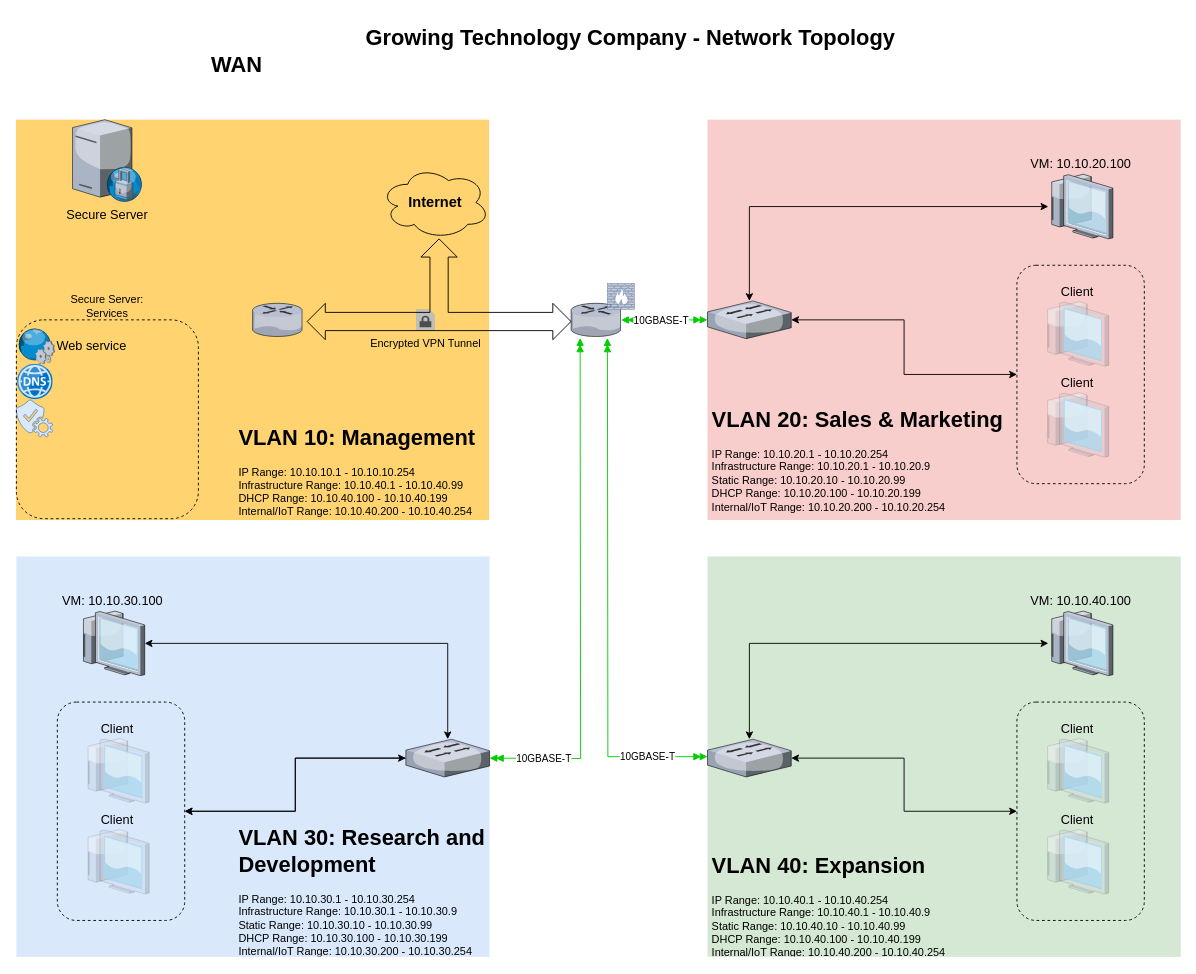
Earlier version of the draw.io diagram initial.drawio (JingLbyte/documentation). Source tidied: cells renumbered, new cells numbered last; positions are measured from the earlier drawing's top-left corner, leaving out a move shared by most shapes. Both pictures are drawn from the tidied source at 91%, with x=0, y=0 at pixel (15, 28).
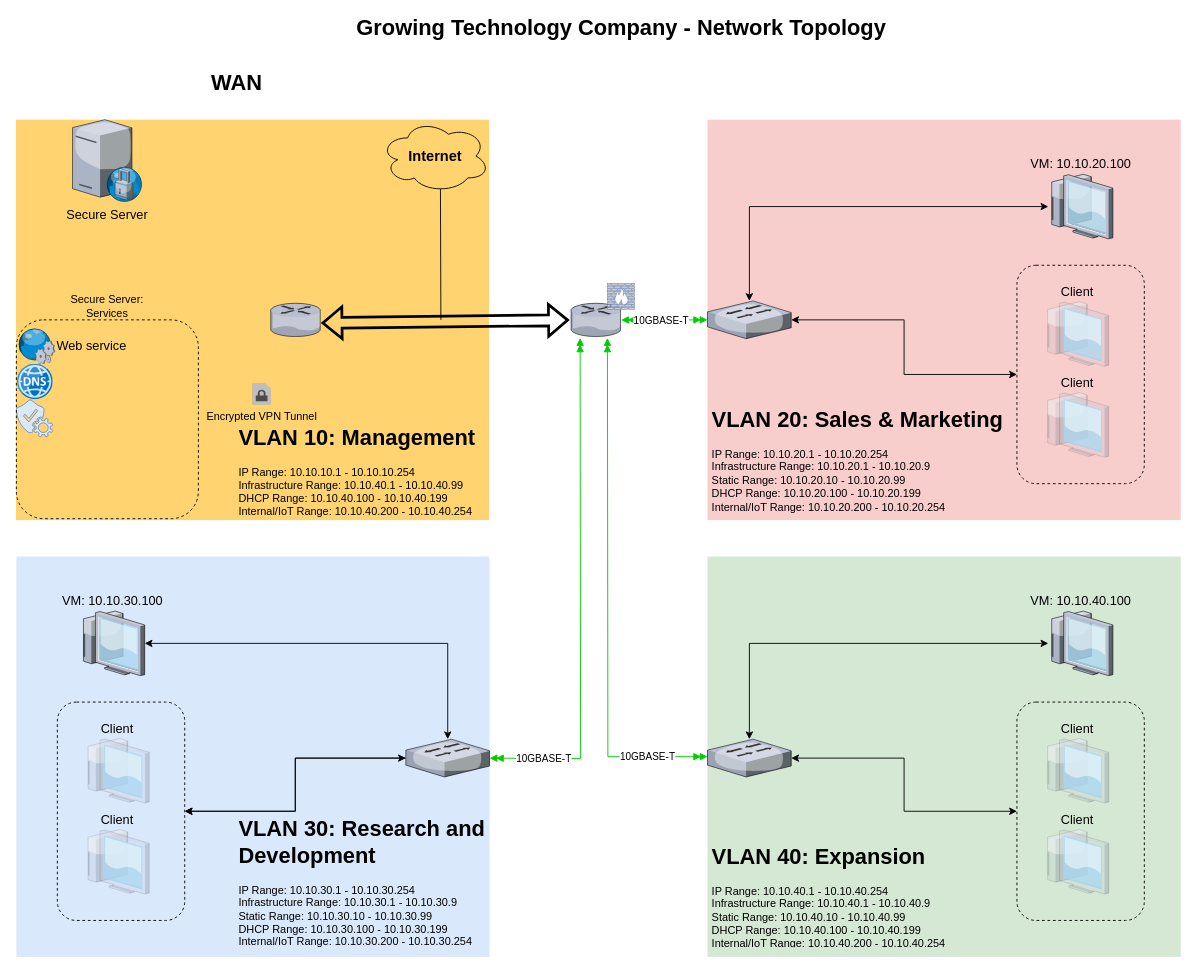
The same diagram, later.

The change refers to these unchanged cells:
```xml
<mxCell id="8" style="verticalLabelPosition=bottom;html=1;verticalAlign=top;strokeColor=none;shape=mxgraph.citrix.router;fillColor=#66B2FF;gradientColor=#0066CC;fontSize=14;" parent="1" vertex="1">
  <mxGeometry x="610" y="301.8" width="55" height="36.5" as="geometry" />
</mxCell>
```

Diff of the diagram source:
```diff
@@
     <mxCell id="11" value="Growing Technology Company - Network Topology" style="text;strokeColor=none;fillColor=none;html=1;fontSize=24;fontStyle=1;verticalAlign=middle;align=center;" parent="1" vertex="1">
-      <mxGeometry x="360" width="630.5" height="20" as="geometry" />
+      <mxGeometry x="349.8" y="-10" width="630.5" height="20" as="geometry" />
     </mxCell>
@@
     <mxCell id="24" value="Encrypted VPN Tunnel" style="dashed=0;verticalLabelPosition=bottom;verticalAlign=top;align=center;html=1;shape=mxgraph.aws3.encrypted_data;fillColor=#7D7C7C;gradientColor=none;" parent="1" vertex="1">
-      <mxGeometry x="440" y="308.5" width="20" height="23" as="geometry" />
+      <mxGeometry x="260" y="390" width="20" height="23" as="geometry" />
     </mxCell>
@@
     <mxCell id="39" style="verticalLabelPosition=bottom;html=1;verticalAlign=top;strokeColor=none;shape=mxgraph.citrix.router;fillColor=#66B2FF;gradientColor=#0066CC;fontSize=14;" parent="1" vertex="1">
-      <mxGeometry x="260" y="301.8" width="55" height="36.5" as="geometry" />
+      <mxGeometry x="280" y="301.8" width="55" height="36.5" as="geometry" />
     </mxCell>
     <mxCell id="40" value="&lt;h1&gt;VLAN 40: Expansion&lt;/h1&gt;&lt;p&gt;IP Range: 10.10.40.1 - 10.10.40.254&lt;br&gt;Infrastructure Range: 10.10.40.1 - 10.10.40.9&lt;br&gt;Static Range: 10.10.40.10 - 10.10.40.99&lt;br&gt;DHCP Range: 10.10.40.100 - 10.10.40.199&lt;br&gt;Internal/IoT Range: 10.10.40.200 - 10.10.40.254&lt;br&gt;&lt;br&gt;&lt;/p&gt;" style="text;html=1;strokeColor=none;fillColor=none;spacing=5;spacingTop=-20;whiteSpace=wrap;overflow=hidden;rounded=0;" parent="1" vertex="1">
-      <mxGeometry x="760" y="900" width="300" height="120" as="geometry" />
+      <mxGeometry x="760" y="890" width="300" height="120" as="geometry" />
     </mxCell>
@@
     <mxCell id="43" value="&lt;h1&gt;VLAN 30: Research and Development&lt;br&gt;&lt;/h1&gt;&lt;p&gt;IP Range: 10.10.30.1 - 10.10.30.254&lt;br&gt;Infrastructure Range: 10.10.30.1 - 10.10.30.9&lt;br&gt;Static Range: 10.10.30.10 - 10.10.30.99&lt;br&gt;DHCP Range: 10.10.30.100 - 10.10.30.199&lt;br&gt;Internal/IoT Range: 10.10.30.200 - 10.10.30.254&lt;br&gt;&lt;br&gt;&lt;/p&gt;" style="text;html=1;strokeColor=none;fillColor=none;spacing=5;spacingTop=-20;whiteSpace=wrap;overflow=hidden;rounded=0;" parent="1" vertex="1">
-      <mxGeometry x="240" y="870" width="280" height="150" as="geometry" />
+      <mxGeometry x="240" y="860" width="280" height="150" as="geometry" />
     </mxCell>
@@
     <mxCell id="54" value="&lt;h1&gt;WAN&lt;/h1&gt;" style="text;html=1;strokeColor=none;fillColor=none;align=center;verticalAlign=middle;whiteSpace=wrap;rounded=0;" parent="1" vertex="1">
-      <mxGeometry x="180.5" y="20" width="124.2" height="40" as="geometry" />
+      <mxGeometry x="180.5" y="40" width="124.2" height="40" as="geometry" />
     </mxCell>
-    <mxCell id="55" style="html=1;shadow=0;dashed=0;align=center;verticalAlign=middle;shape=mxgraph.arrows2.triadArrow;dy=10;dx=20;arrowHead=40;fillColor=none;" parent="1" vertex="1">
-      <mxGeometry x="320" y="231" width="290" height="110.8" as="geometry" />
-    </mxCell>
     <mxCell id="56" value="&lt;b&gt;&lt;font style=&quot;font-size: 16px;&quot;&gt;Internet&lt;/font&gt;&lt;/b&gt;" style="ellipse;shape=cloud;whiteSpace=wrap;html=1;fillColor=none;" parent="1" vertex="1">
-      <mxGeometry x="400.5" y="151" width="120" height="80" as="geometry" />
+      <mxGeometry x="400.5" y="100" width="120" height="80" as="geometry" />
     </mxCell>
+    <mxCell id="57" style="endArrow=none;html=1;rounded=0;entryX=0.55;entryY=0.95;entryDx=0;entryDy=0;entryPerimeter=0;" parent="1" edge="1" target="56">
+      <mxGeometry relative="1" as="geometry">
+        <mxPoint x="467" y="320" as="sourcePoint" />
+      </mxGeometry>
+    </mxCell>
+    <mxCell id="58" style="shape=flexArrow;endArrow=classic;startArrow=classic;html=1;rounded=0;entryX=-0.04;entryY=0.505;entryDx=0;entryDy=0;entryPerimeter=0;exitX=1.015;exitY=0.593;exitDx=0;exitDy=0;exitPerimeter=0;strokeWidth=3;" parent="1" edge="1" source="39" target="8">
+      <mxGeometry relative="1" as="geometry" />
+    </mxCell>
```
